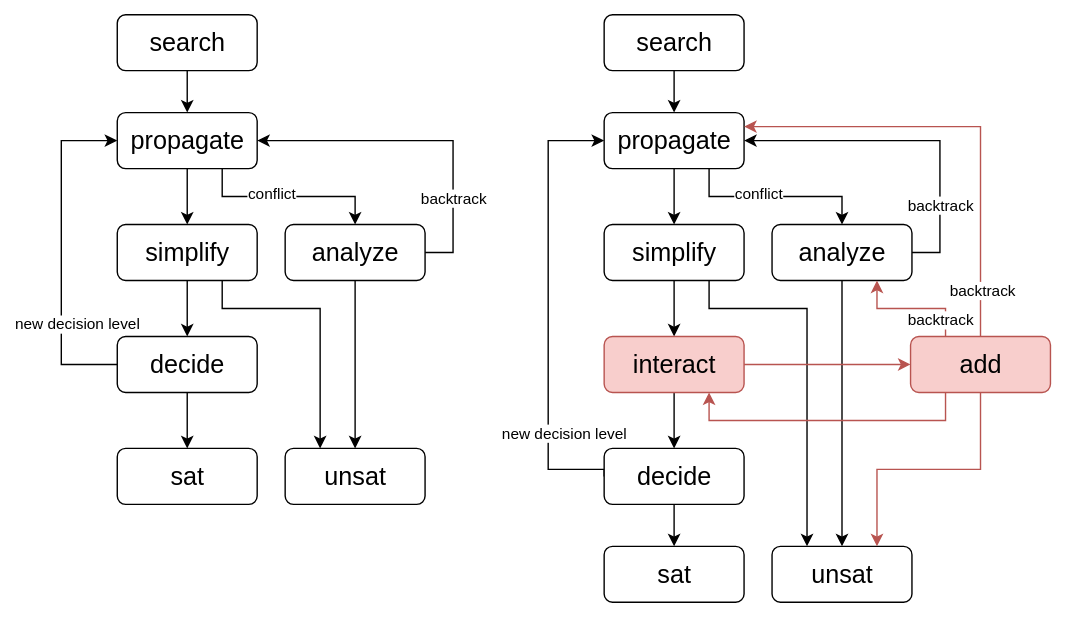
Above: figure/flow.drawio.svg in hchenqide/Thesis (draw.io), before the change. Source tidied: cells renumbered, new cells last; positions are measured from the earlier drawing's top-left corner, leaving out a move shared by most shapes.
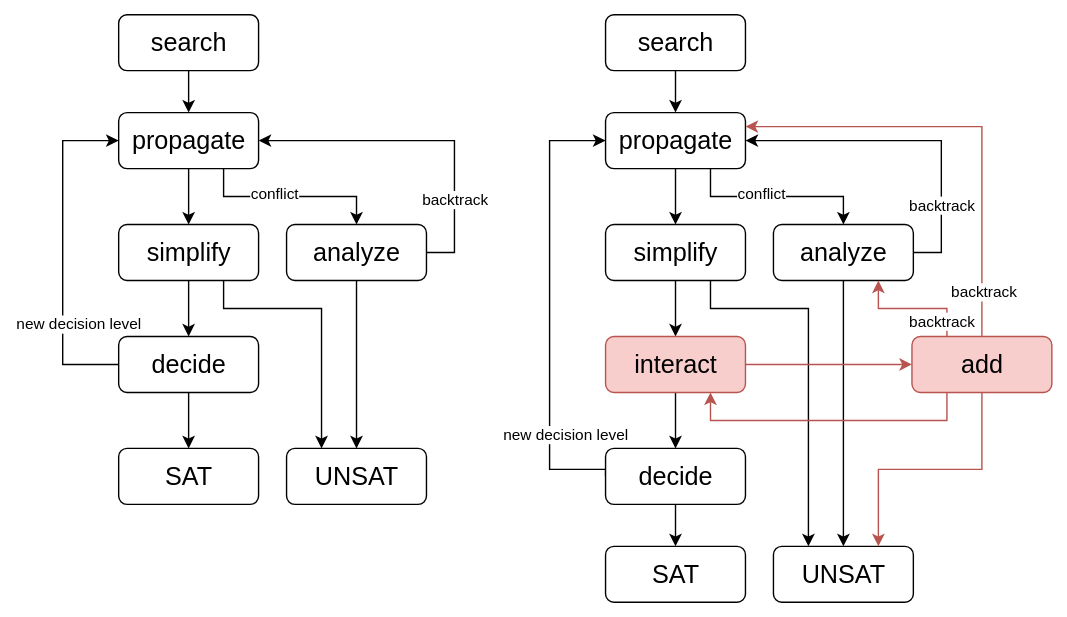
After the commit.

What changed in the source:
```diff
@@ -48,10 +48,10 @@
     <mxCell id="14" value="&lt;font style=&quot;font-size: 18px;&quot;&gt;simplify&lt;/font&gt;" style="rounded=1;whiteSpace=wrap;html=1;" parent="1" vertex="1">
       <mxGeometry x="40" y="150" width="100" height="40" as="geometry" />
     </mxCell>
-    <mxCell id="15" value="&lt;font style=&quot;font-size: 18px;&quot;&gt;unsat&lt;/font&gt;" style="rounded=1;whiteSpace=wrap;html=1;" parent="1" vertex="1">
+    <mxCell id="15" value="&lt;font style=&quot;font-size: 18px;&quot;&gt;UNSAT&lt;/font&gt;" style="rounded=1;whiteSpace=wrap;html=1;" parent="1" vertex="1">
       <mxGeometry x="160" y="310" width="100" height="40" as="geometry" />
     </mxCell>
-    <mxCell id="16" value="&lt;font style=&quot;font-size: 18px;&quot;&gt;sat&lt;/font&gt;" style="rounded=1;whiteSpace=wrap;html=1;" parent="1" vertex="1">
+    <mxCell id="16" value="&lt;font style=&quot;font-size: 18px;&quot;&gt;SAT&lt;/font&gt;" style="rounded=1;whiteSpace=wrap;html=1;" parent="1" vertex="1">
       <mxGeometry x="40" y="310" width="100" height="40" as="geometry" />
     </mxCell>
     <mxCell id="17" style="edgeStyle=orthogonalEdgeStyle;rounded=0;jettySize=auto;html=1;exitX=0.5;exitY=1;exitDx=0;exitDy=0;entryX=0.5;entryY=0;entryDx=0;entryDy=0;" parent="1" edge="1" source="20" target="16">
@@ -126,10 +126,10 @@
     <mxCell id="33" value="&lt;font style=&quot;font-size: 18px;&quot;&gt;simplify&lt;/font&gt;" style="rounded=1;whiteSpace=wrap;html=1;" parent="1" vertex="1">
       <mxGeometry x="388" y="150" width="100" height="40" as="geometry" />
     </mxCell>
-    <mxCell id="34" value="&lt;font style=&quot;font-size: 18px;&quot;&gt;unsat&lt;/font&gt;" style="rounded=1;whiteSpace=wrap;html=1;" parent="1" vertex="1">
+    <mxCell id="34" value="&lt;font style=&quot;font-size: 18px;&quot;&gt;UNSAT&lt;/font&gt;" style="rounded=1;whiteSpace=wrap;html=1;" parent="1" vertex="1">
       <mxGeometry x="508" y="380" width="100" height="40" as="geometry" />
     </mxCell>
-    <mxCell id="35" value="&lt;font style=&quot;font-size: 18px;&quot;&gt;sat&lt;/font&gt;" style="rounded=1;whiteSpace=wrap;html=1;" parent="1" vertex="1">
+    <mxCell id="35" value="&lt;font style=&quot;font-size: 18px;&quot;&gt;SAT&lt;/font&gt;" style="rounded=1;whiteSpace=wrap;html=1;" parent="1" vertex="1">
       <mxGeometry x="388" y="380" width="100" height="40" as="geometry" />
     </mxCell>
     <mxCell id="36" style="edgeStyle=orthogonalEdgeStyle;rounded=0;jettySize=auto;html=1;exitX=0.5;exitY=1;exitDx=0;exitDy=0;entryX=0.5;entryY=0;entryDx=0;entryDy=0;" parent="1" edge="1" source="39" target="35">
```
